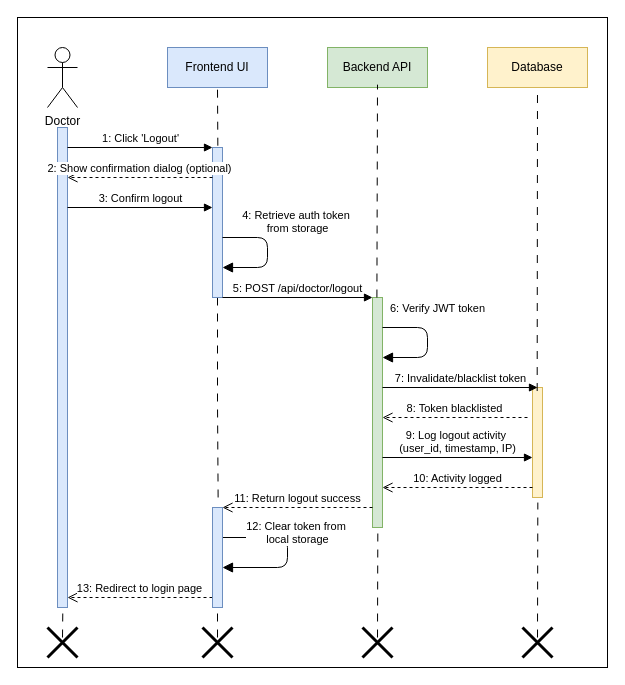
Before: InProgress/Sequence Diagram/Branch Admin/Logout/Logout-Diagram.drawio in shah541-g/Fyp-Diagrams, a draw.io diagram. Source tidied: cells renumbered, new cells numbered last; positions are measured from the earlier drawing's top-left corner, leaving out a move shared by most shapes. Both pictures are drawn from the tidied source at 100%, with x=0, y=0 at pixel (17, 17).
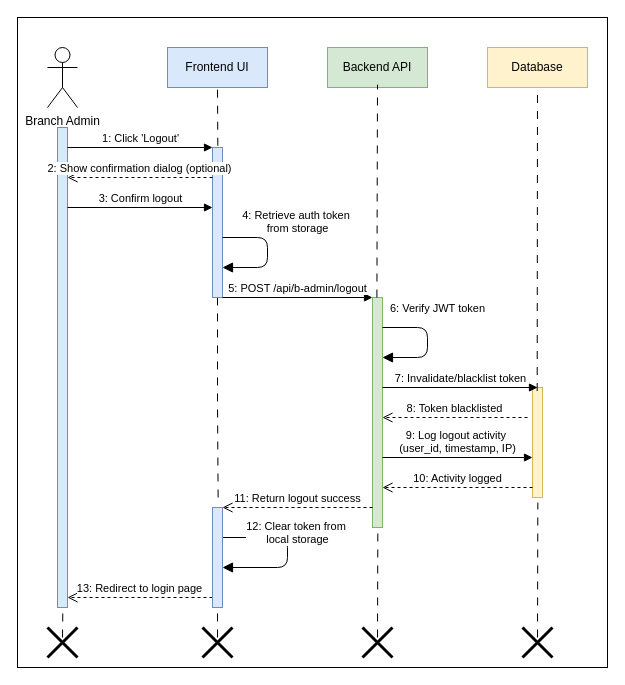
The same diagram, later.

The edit, as a diff of the source:
```diff
@@
-    <mxCell id="3" value="Doctor" style="shape=umlActor;verticalLabelPosition=bottom;verticalAlign=top;html=1;" parent="1" vertex="1">
+    <mxCell id="3" value="Branch Admin" style="shape=umlActor;verticalLabelPosition=bottom;verticalAlign=top;html=1;" parent="1" vertex="1">
       <mxGeometry x="30" y="30" width="30" height="60" as="geometry" />
     </mxCell>
@@
-    <mxCell id="16" value="5: POST /api/doctor/logout" style="html=1;verticalAlign=bottom;endArrow=block;" parent="1" edge="1">
+    <mxCell id="16" value="5: POST /api/b-admin/logout" style="html=1;verticalAlign=bottom;endArrow=block;" parent="1" edge="1">
       <mxGeometry relative="1" as="geometry">
         <mxPoint x="205" y="280" as="sourcePoint" />
         <mxPoint x="355" y="280" as="targetPoint" />
       </mxGeometry>
     </mxCell>
```
